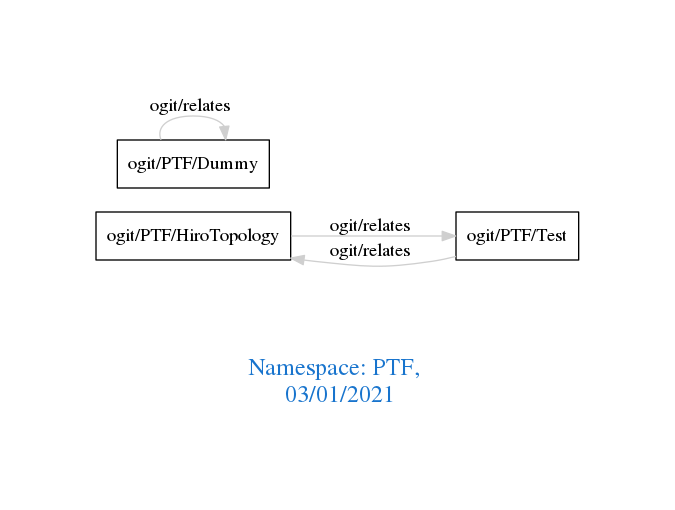
Before: downloads/PTF.png, a diagram exported from Graphviz (arago/OGIT). Its source is kept beside it as downloads/PTF.dot.
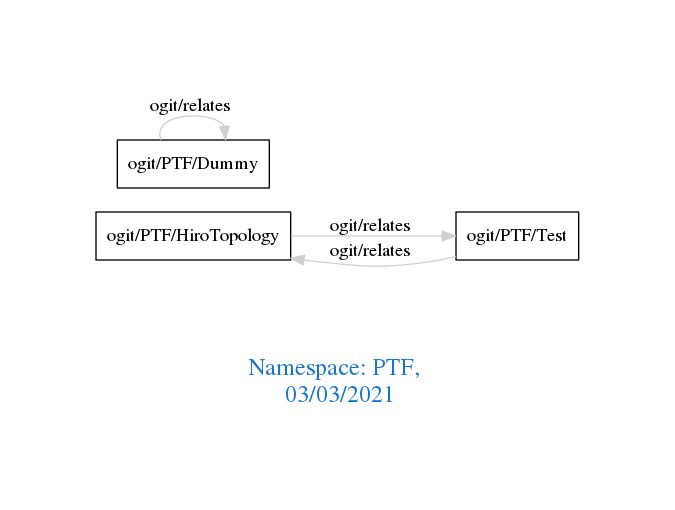
The same file after the commit.

Change to the diagram source:
```diff
@@ -1,7 +1,7 @@
 digraph OGIT_ontology {
  graph [ rankdir= LR,pad=1
 fontsize = 18,
-fontcolor= dodgerblue3,label = "\n\n\nNamespace: PTF, \n 03/01/2021"];
+fontcolor= dodgerblue3,label = "\n\n\nNamespace: PTF, \n 03/03/2021"];
 node[shape=polygon];
 edge [  color="gray81"];
 
```
